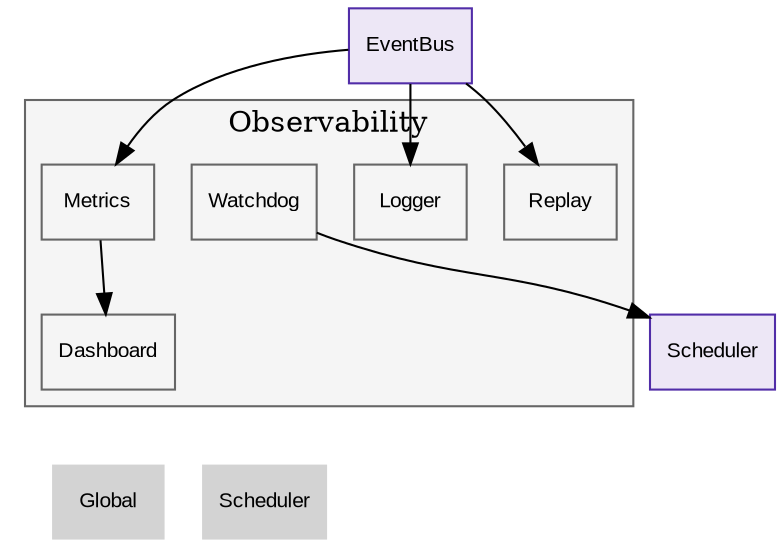
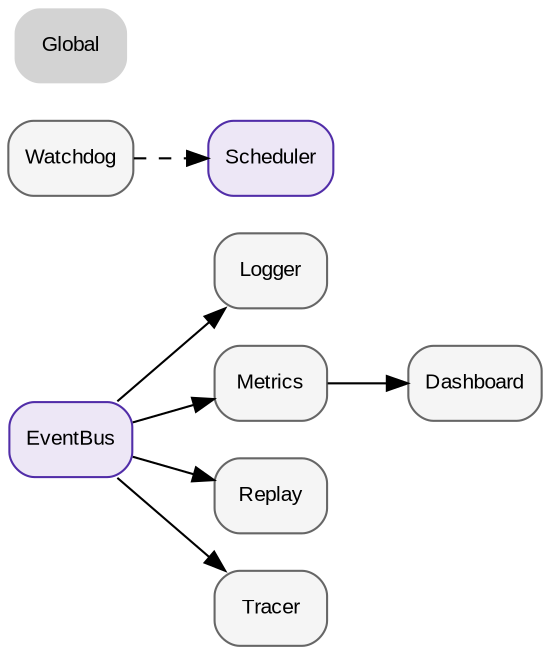
digraph Observability {
-     rankdir=TB;
-     node [shape=box, style=filled, fontname="Arial", fontsize=10];
+     rankdir=LR;
+     node [shape=box, style="rounded,filled", fontname="Arial", fontsize=10];
+     edge [fontname="Arial", fontsize=9];

-     subgraph cluster_obs {
-         label="Observability";
-         color="#666666"; bgcolor="#f5f5f5";
-         node [fillcolor="#f5f5f5", color="#666666"];
-         Logger [URL="70_observability.svg"];
-         Metrics [URL="70_observability.svg"];
-         Replay [URL="70_observability.svg"];
-         Dashboard [URL="70_observability.svg"];
-         Watchdog [URL="70_observability.svg"];
-     }
+     EventBus [fillcolor="#ede7f6", color="#512da8", URL="../scheduler/10_scheduler.svg"];
+     Logger [fillcolor="#f5f5f5", color="#666666"];
+     Metrics [fillcolor="#f5f5f5", color="#666666"];
+     Replay [fillcolor="#f5f5f5", color="#666666"];
+     Dashboard [fillcolor="#f5f5f5", color="#666666"];
+     Watchdog [fillcolor="#f5f5f5", color="#666666"];
+     Tracer [fillcolor="#f5f5f5", color="#666666"];

-     EventBus [fillcolor="#ede7f6", color="#512da8", URL="../scheduler/event_bus/12_event_bus.svg"];
+     EventBus -> Logger;
+     EventBus -> Metrics;
+     EventBus -> Replay;
+     Metrics -> Dashboard;
+     EventBus -> Tracer;
+     Watchdog -> Scheduler [style=dashed];
+ 
    Scheduler [fillcolor="#ede7f6", color="#512da8", URL="../scheduler/10_scheduler.svg"];
- 
-     // Edges
-     EventBus -> Logger;       // Événements → Logger
-     EventBus -> Metrics;      // Événements → Métriques
-     EventBus -> Replay;       // Événements → Replay
-     Metrics -> Dashboard;     // Métriques → Dashboard
-     Watchdog -> Scheduler;    // Watchdog surveille Scheduler
- 
-     // Navigation
    Nav_Global [label="Global", shape=plaintext, URL="../00_global.svg"];
-     Nav_Scheduler [label="Scheduler", shape=plaintext, URL="../scheduler/10_scheduler.svg"];
-     { rank=sink; Nav_Global; Nav_Scheduler; }
}
